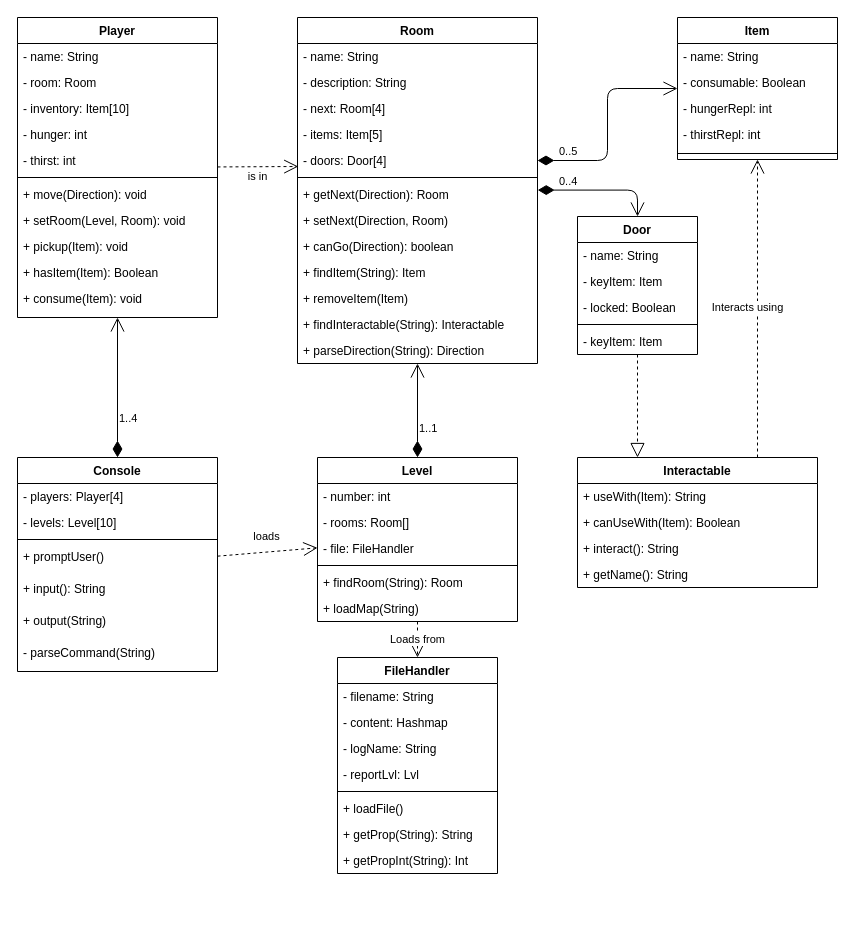
This is doc/UML_classes.drawio from Sam36502/Escape_TBZ, a draw.io file, before an edit. Source tidied: cells renumbered, new cells numbered last; positions are measured from the earlier drawing's top-left corner, leaving out a move shared by most shapes. Both pictures are drawn from the tidied source at 100%, with x=0, y=0 at pixel (17, 17).
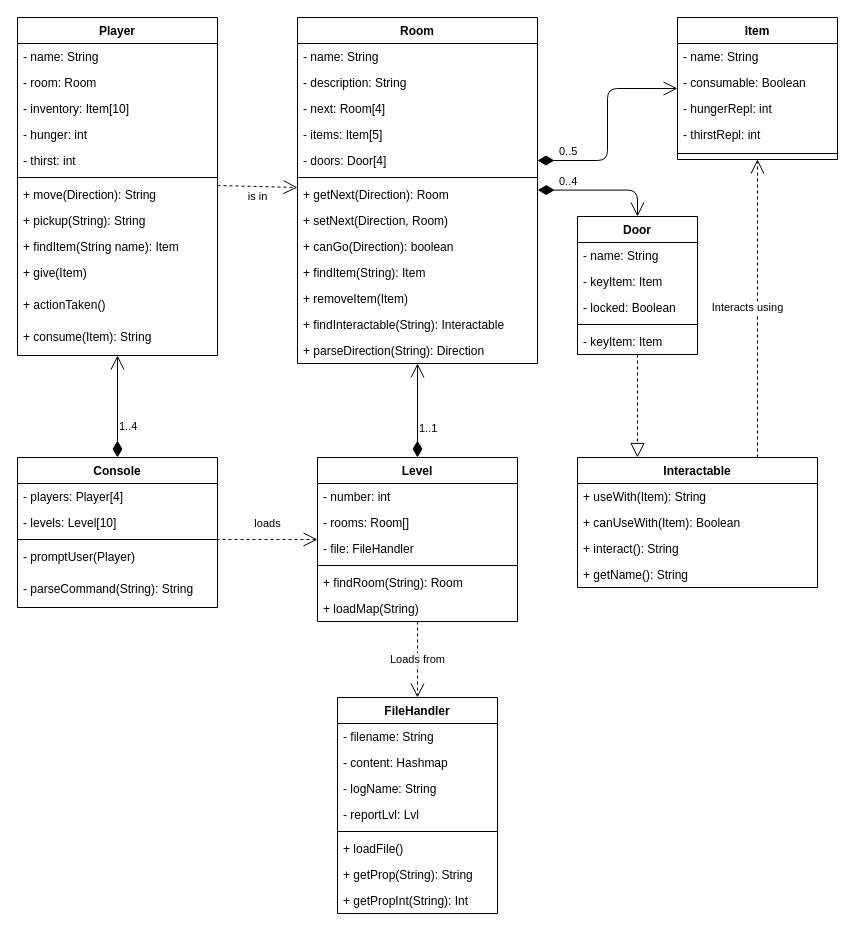
Above is the later version.

Unchanged cells that the change refers to:
```xml
<mxCell id="14" value="Room" style="swimlane;fontStyle=1;align=center;verticalAlign=top;horizontal=1;startSize=26;" parent="1" vertex="1">
  <mxGeometry x="280" width="240" height="346" as="geometry" />
</mxCell>
<mxCell id="19" value="- doors: Door[4]" style="text;strokeColor=none;fillColor=none;align=left;verticalAlign=top;spacingLeft=4;spacingRight=4;overflow=hidden;points=[[0,0.5],[1,0.5]];portConstraint=eastwest;" parent="14" vertex="1">
  <mxGeometry y="130" width="240" height="26" as="geometry" />
</mxCell>
<mxCell id="61" value="Level" style="swimlane;fontStyle=1;align=center;verticalAlign=top;horizontal=1;startSize=26;" parent="1" vertex="1">
  <mxGeometry x="300" y="440" width="200" height="164" as="geometry" />
</mxCell>
```

Diff of the diagram source:
```diff
@@
     <mxCell id="2" value="Player" style="swimlane;fontStyle=1;align=center;verticalAlign=top;horizontal=1;startSize=26;" parent="1" vertex="1">
-      <mxGeometry width="200" height="300" as="geometry" />
+      <mxGeometry width="200" height="338" as="geometry" />
     </mxCell>
@@
-    <mxCell id="9" value="+ move(Direction): void" style="text;strokeColor=none;fillColor=none;align=left;verticalAlign=top;spacingLeft=4;spacingRight=4;overflow=hidden;points=[[0,0.5],[1,0.5]];portConstraint=eastwest;" parent="2" vertex="1">
+    <mxCell id="9" value="+ move(Direction): String" style="text;strokeColor=none;fillColor=none;align=left;verticalAlign=top;spacingLeft=4;spacingRight=4;overflow=hidden;points=[[0,0.5],[1,0.5]];portConstraint=eastwest;" parent="2" vertex="1">
       <mxGeometry y="164" width="200" height="26" as="geometry" />
     </mxCell>
-    <mxCell id="10" value="+ setRoom(Level, Room): void" style="text;strokeColor=none;fillColor=none;align=left;verticalAlign=top;spacingLeft=4;spacingRight=4;overflow=hidden;" parent="2" vertex="1">
-      <mxGeometry y="190" width="200" height="26" as="geometry" />
-    </mxCell>
-    <mxCell id="11" value="+ pickup(Item): void" style="text;strokeColor=none;fillColor=none;align=left;verticalAlign=top;spacingLeft=4;spacingRight=4;overflow=hidden;" parent="2" vertex="1">
-      <mxGeometry y="216" width="200" height="26" as="geometry" />
+    <mxCell id="11" value="+ pickup(String): String" style="text;strokeColor=none;fillColor=none;align=left;verticalAlign=top;spacingLeft=4;spacingRight=4;overflow=hidden;" parent="2" vertex="1">
+      <mxGeometry y="190" width="200" height="26" as="geometry" />
     </mxCell>
-    <mxCell id="12" value="+ hasItem(Item): Boolean" style="text;strokeColor=none;fillColor=none;align=left;verticalAlign=top;spacingLeft=4;spacingRight=4;overflow=hidden;" parent="2" vertex="1">
-      <mxGeometry y="242" width="200" height="26" as="geometry" />
+    <mxCell id="12" value="+ findItem(String name): Item" style="text;strokeColor=none;fillColor=none;align=left;verticalAlign=top;spacingLeft=4;spacingRight=4;overflow=hidden;" parent="2" vertex="1">
+      <mxGeometry y="216" width="200" height="26" as="geometry" />
     </mxCell>
+    <mxCell id="78" value="+ give(Item)" style="text;strokeColor=none;fillColor=none;align=left;verticalAlign=top;spacingLeft=4;spacingRight=4;overflow=hidden;" parent="2" vertex="1">
+      <mxGeometry y="242" width="200" height="32" as="geometry" />
+    </mxCell>
+    <mxCell id="79" value="+ actionTaken()" style="text;strokeColor=none;fillColor=none;align=left;verticalAlign=top;spacingLeft=4;spacingRight=4;overflow=hidden;" parent="2" vertex="1">
+      <mxGeometry y="274" width="200" height="32" as="geometry" />
+    </mxCell>
-    <mxCell id="13" value="+ consume(Item): void" style="text;strokeColor=none;fillColor=none;align=left;verticalAlign=top;spacingLeft=4;spacingRight=4;overflow=hidden;" parent="2" vertex="1">
-      <mxGeometry y="268" width="200" height="32" as="geometry" />
+    <mxCell id="13" value="+ consume(Item): String" style="text;strokeColor=none;fillColor=none;align=left;verticalAlign=top;spacingLeft=4;spacingRight=4;overflow=hidden;" parent="2" vertex="1">
+      <mxGeometry y="306" width="200" height="32" as="geometry" />
     </mxCell>
@@
-    <mxCell id="43" value="is in" style="endArrow=open;endSize=12;dashed=1;html=1;entryX=0.003;entryY=0.731;entryDx=0;entryDy=0;entryPerimeter=0;" parent="1" edge="1" source="2" target="19">
+    <mxCell id="43" value="is in" style="endArrow=open;endSize=12;dashed=1;html=1;exitX=1;exitY=0.154;exitDx=0;exitDy=0;exitPerimeter=0;" parent="1" edge="1" source="9" target="14">
       <mxGeometry y="-10" relative="1" as="geometry" />
     </mxCell>
     <mxCell id="44" value="Console" style="swimlane;fontStyle=1;align=center;verticalAlign=top;horizontal=1;startSize=26;" parent="1" vertex="1">
-      <mxGeometry y="440" width="200" height="214" as="geometry" />
+      <mxGeometry y="440" width="200" height="150" as="geometry" />
     </mxCell>
@@
-    <mxCell id="48" value="+ promptUser()" style="text;strokeColor=none;fillColor=none;align=left;verticalAlign=top;spacingLeft=4;spacingRight=4;overflow=hidden;points=[[0,0.5],[1,0.5]];portConstraint=eastwest;" parent="44" vertex="1">
+    <mxCell id="48" value="- promptUser(Player)" style="text;strokeColor=none;fillColor=none;align=left;verticalAlign=top;spacingLeft=4;spacingRight=4;overflow=hidden;points=[[0,0.5],[1,0.5]];portConstraint=eastwest;" parent="44" vertex="1">
       <mxGeometry y="86" width="200" height="32" as="geometry" />
     </mxCell>
-    <mxCell id="49" value="+ input(): String" style="text;strokeColor=none;fillColor=none;align=left;verticalAlign=top;spacingLeft=4;spacingRight=4;overflow=hidden;" parent="44" vertex="1">
-      <mxGeometry y="118" width="200" height="32" as="geometry" />
-    </mxCell>
-    <mxCell id="50" value="+ output(String)" style="text;strokeColor=none;fillColor=none;align=left;verticalAlign=top;spacingLeft=4;spacingRight=4;overflow=hidden;" parent="44" vertex="1">
-      <mxGeometry y="150" width="200" height="32" as="geometry" />
-    </mxCell>
-    <mxCell id="51" value="- parseCommand(String)" style="text;strokeColor=none;fillColor=none;align=left;verticalAlign=top;spacingLeft=4;spacingRight=4;overflow=hidden;" parent="44" vertex="1">
-      <mxGeometry y="182" width="200" height="32" as="geometry" />
+    <mxCell id="51" value="- parseCommand(String): String" style="text;strokeColor=none;fillColor=none;align=left;verticalAlign=top;spacingLeft=4;spacingRight=4;overflow=hidden;" parent="44" vertex="1">
+      <mxGeometry y="118" width="200" height="32" as="geometry" />
     </mxCell>
     <mxCell id="52" value="FileHandler" style="swimlane;fontStyle=1;align=center;verticalAlign=top;horizontal=1;startSize=26;" parent="1" vertex="1">
-      <mxGeometry x="320" y="640" width="160" height="216" as="geometry" />
+      <mxGeometry x="320" y="680" width="160" height="216" as="geometry" />
     </mxCell>
@@
-    <mxCell id="68" value="loads" style="endArrow=open;endSize=12;dashed=1;html=1;" parent="1" edge="1" source="44" target="61">
+    <mxCell id="68" value="loads" style="endArrow=open;endSize=12;dashed=1;html=1;exitX=0.995;exitY=-0.125;exitDx=0;exitDy=0;exitPerimeter=0;" parent="1" edge="1" source="48" target="61">
       <mxGeometry y="15" relative="1" as="geometry">
         <mxPoint y="-1" as="offset" />
       </mxGeometry>
     </mxCell>
```
